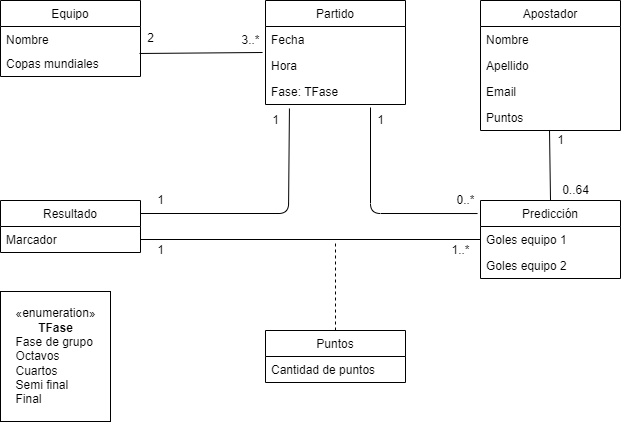
Before: Diagrama_de_clases.png, a diagram exported from draw.io (AFungo/Prode-AYDS2022-BAF). Source tidied: cells renumbered, new cells last; positions are measured from the earlier drawing's top-left corner, leaving out a move shared by most shapes.
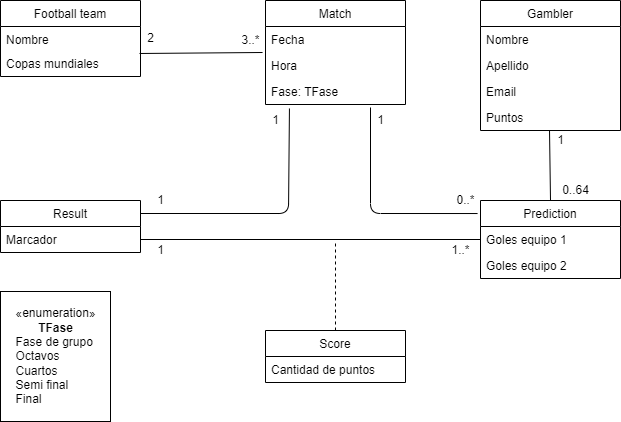
The same diagram one commit later.

Commit message:
traduccion de clases

What changed in the source:
```diff
@@ -2,7 +2,7 @@
   <root>
     <mxCell id="0" />
     <mxCell id="1" parent="0" />
-    <mxCell id="2" value="Equipo" style="swimlane;fontStyle=0;horizontal=1;startSize=26;fillColor=none;" parent="1" vertex="1">
+    <mxCell id="2" value="Football team" style="swimlane;fontStyle=0;horizontal=1;startSize=26;fillColor=none;" parent="1" vertex="1">
       <mxGeometry width="140" height="76" as="geometry" />
     </mxCell>
     <mxCell id="3" value="Nombre" style="text;strokeColor=none;fillColor=none;align=left;verticalAlign=top;spacingLeft=4;spacingRight=4;overflow=hidden;" parent="2" vertex="1">
@@ -11,7 +11,7 @@
     <mxCell id="4" value="Copas mundiales" style="text;strokeColor=none;fillColor=none;align=left;verticalAlign=top;spacingLeft=4;spacingRight=4;overflow=hidden;points=[[0,0.5],[1,0.5]];portConstraint=eastwest;" parent="2" vertex="1">
       <mxGeometry y="50" width="140" height="26" as="geometry" />
     </mxCell>
-    <mxCell id="5" value="Partido" style="swimlane;fontStyle=0;horizontal=1;startSize=26;fillColor=none;" parent="1" vertex="1">
+    <mxCell id="5" value="Match" style="swimlane;fontStyle=0;horizontal=1;startSize=26;fillColor=none;" parent="1" vertex="1">
       <mxGeometry x="265" width="140" height="104" as="geometry" />
     </mxCell>
     <mxCell id="6" value="Fecha" style="text;strokeColor=none;fillColor=none;align=left;verticalAlign=top;spacingLeft=4;spacingRight=4;overflow=hidden;points=[[0,0.5],[1,0.5]];portConstraint=eastwest;" parent="5" vertex="1">
@@ -23,7 +23,7 @@
     <mxCell id="8" value="Fase: TFase" style="text;strokeColor=none;fillColor=none;align=left;verticalAlign=top;spacingLeft=4;spacingRight=4;overflow=hidden;points=[[0,0.5],[1,0.5]];portConstraint=eastwest;" parent="5" vertex="1">
       <mxGeometry y="78" width="140" height="26" as="geometry" />
     </mxCell>
-    <mxCell id="9" value="Apostador" style="swimlane;fontStyle=0;horizontal=1;startSize=26;fillColor=none;" parent="1" vertex="1">
+    <mxCell id="9" value="Gambler" style="swimlane;fontStyle=0;horizontal=1;startSize=26;fillColor=none;" parent="1" vertex="1">
       <mxGeometry x="480" width="140" height="130" as="geometry" />
     </mxCell>
     <mxCell id="10" value="Nombre" style="text;strokeColor=none;fillColor=none;align=left;verticalAlign=top;spacingLeft=4;spacingRight=4;overflow=hidden;" parent="9" vertex="1">
@@ -38,13 +38,13 @@
     <mxCell id="13" value="Puntos" style="text;strokeColor=none;fillColor=none;align=left;verticalAlign=top;spacingLeft=4;spacingRight=4;overflow=hidden;points=[[0,0.5],[1,0.5]];portConstraint=eastwest;" parent="9" vertex="1">
       <mxGeometry y="104" width="140" height="26" as="geometry" />
     </mxCell>
-    <mxCell id="14" value="Resultado" style="swimlane;fontStyle=0;horizontal=1;startSize=26;fillColor=none;" parent="1" vertex="1">
+    <mxCell id="14" value="Result" style="swimlane;fontStyle=0;horizontal=1;startSize=26;fillColor=none;" parent="1" vertex="1">
       <mxGeometry y="200" width="140" height="52" as="geometry" />
     </mxCell>
     <mxCell id="15" value="Marcador" style="text;strokeColor=none;fillColor=none;align=left;verticalAlign=top;spacingLeft=4;spacingRight=4;overflow=hidden;points=[[0,0.5],[1,0.5]];portConstraint=eastwest;" parent="14" vertex="1">
       <mxGeometry y="26" width="140" height="26" as="geometry" />
     </mxCell>
-    <mxCell id="16" value="Predicción" style="swimlane;fontStyle=0;horizontal=1;startSize=26;fillColor=none;" parent="1" vertex="1">
+    <mxCell id="16" value="Prediction" style="swimlane;fontStyle=0;horizontal=1;startSize=26;fillColor=none;" parent="1" vertex="1">
       <mxGeometry x="480" y="200" width="140" height="78" as="geometry" />
     </mxCell>
     <mxCell id="17" value="Goles equipo 1" style="text;strokeColor=none;fillColor=none;align=left;verticalAlign=top;spacingLeft=4;spacingRight=4;overflow=hidden;points=[[0,0.5],[1,0.5]];portConstraint=eastwest;" parent="16" vertex="1">
@@ -53,7 +53,7 @@
     <mxCell id="18" value="Goles equipo 2" style="text;strokeColor=none;fillColor=none;align=left;verticalAlign=top;spacingLeft=4;spacingRight=4;overflow=hidden;" parent="16" vertex="1">
       <mxGeometry y="52" width="140" height="26" as="geometry" />
     </mxCell>
-    <mxCell id="19" value="Puntos" style="swimlane;fontStyle=0;horizontal=1;startSize=26;fillColor=none;" parent="1" vertex="1">
+    <mxCell id="19" value="Score" style="swimlane;fontStyle=0;horizontal=1;startSize=26;fillColor=none;" parent="1" vertex="1">
       <mxGeometry x="265" y="330" width="140" height="52" as="geometry" />
     </mxCell>
     <mxCell id="20" value="Cantidad de puntos" style="text;strokeColor=none;fillColor=none;align=left;verticalAlign=top;spacingLeft=4;spacingRight=4;overflow=hidden;" parent="19" vertex="1">
```
